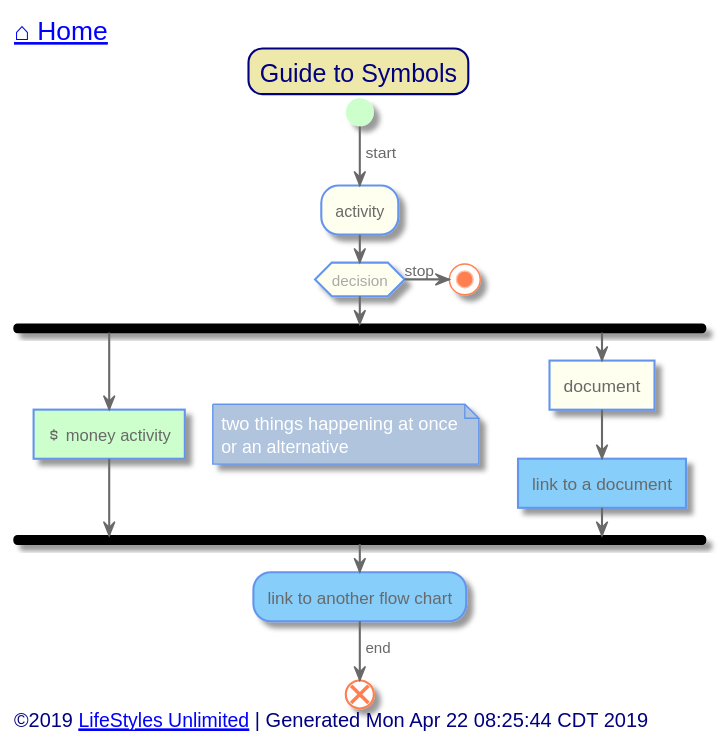
Earlier version of the PlantUML export out/src/common/symbol-guide.svg (toddmo/lifestylesunlimited).
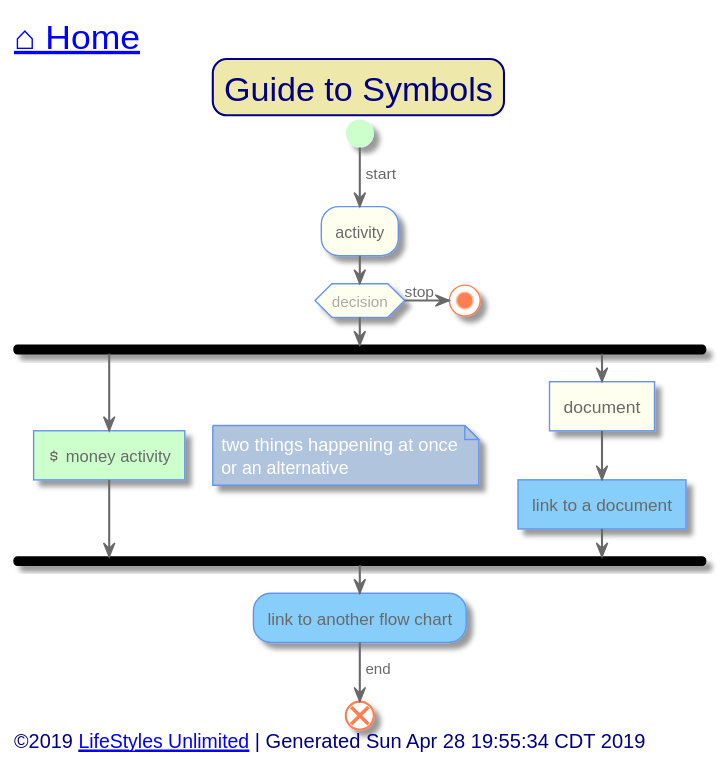
After the change.

Change to the diagram source:
```diff
@@ -11,11 +11,13 @@
   BackgroundColor PaleGoldenRod
   BorderColor Navy
   BorderRoundCorner 20
+  FontSize 24
 }
 
 skinparam activity {
   BackgroundColor Ivory
   BorderColor CornflowerBlue
+  BorderThickness 1
   FontColor DimGray
 
 
@@ -73,7 +75,7 @@
 
 
 left header
-	<font color=Navy size=18>[[../index.svg ⌂ Home]]</font>
+	<font color=Navy size=24>[[../index.svg ⌂ Home]]</font>
 endheader
 
 
@@ -100,7 +102,7 @@
 
 
 left footer
-	<font size=14>©2019 [[http://www.lifestylesunlimited.com LifeStyles Unlimited]] | Generated Mon Apr 22 08:25:44 CDT 2019</font>
+	<font size=14>©2019 [[http://www.lifestylesunlimited.com LifeStyles Unlimited]] | Generated Sun Apr 28 19:55:34 CDT 2019</font>
 endfooter
 
 
```
